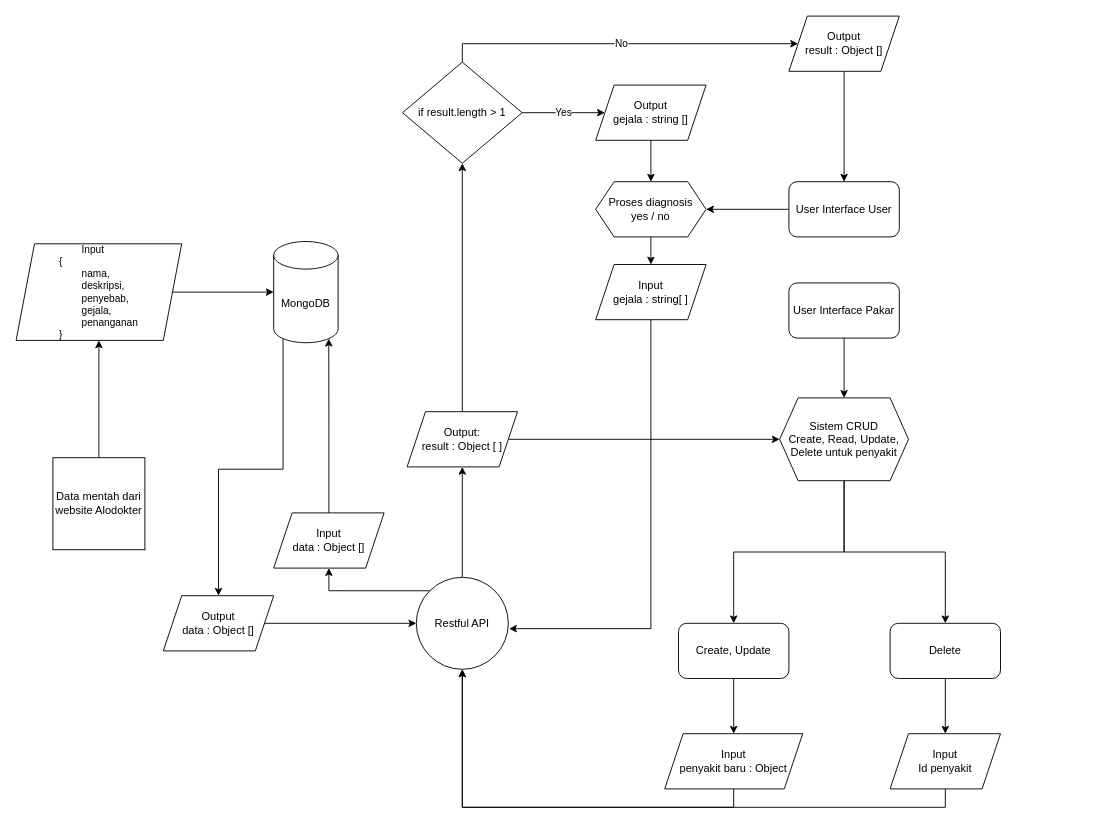
Earlier version of the draw.io diagram Untitled Diagram.drawio (zidaneNS/kcb-expert-system). Source tidied: cells renumbered, new cells numbered last; positions are measured from the earlier drawing's top-left corner, leaving out a move shared by most shapes. Both pictures are drawn from the tidied source at 92%, with x=0, y=0 at pixel (16, 16).
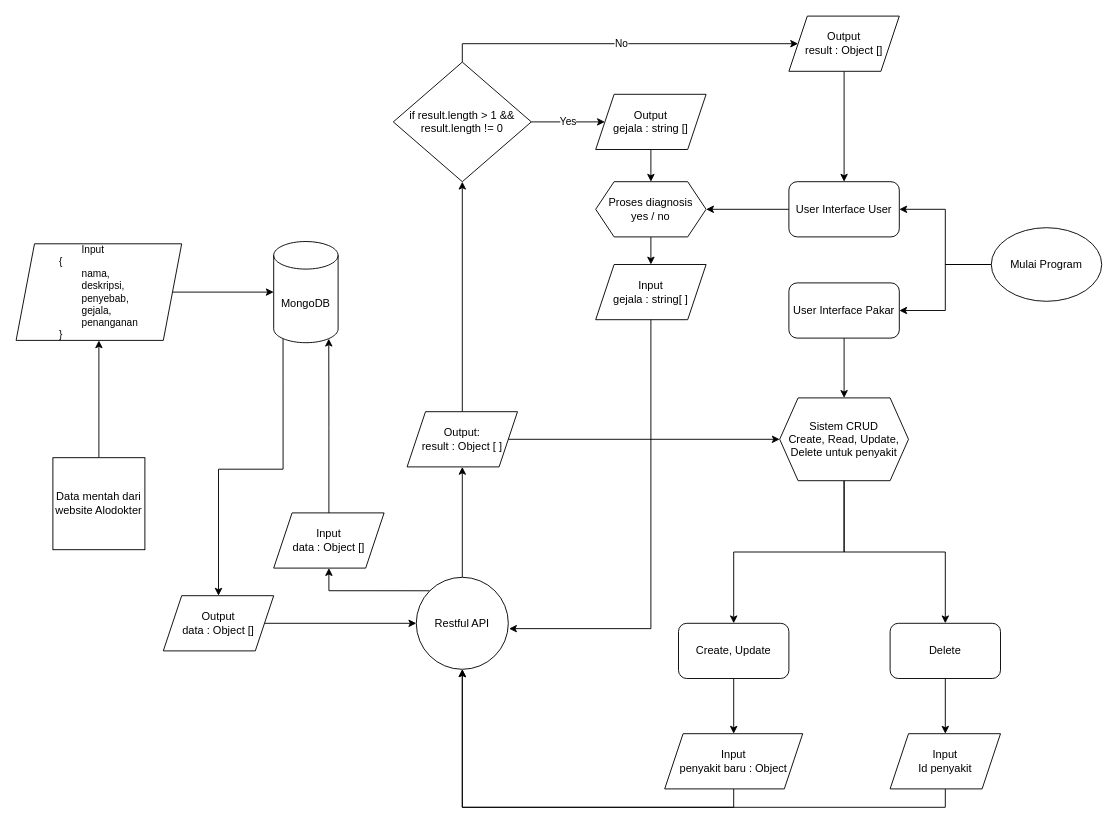
Above is the later version.

Unchanged cells that the change refers to:
```xml
<mxCell id="12" value="User Interface User" style="rounded=1;whiteSpace=wrap;html=1;labelBackgroundColor=none;" parent="1" vertex="1">
  <mxGeometry x="840" y="180" width="120" height="60" as="geometry" />
</mxCell>
<mxCell id="26" value="User Interface Pakar" style="rounded=1;whiteSpace=wrap;html=1;" parent="1" vertex="1">
  <mxGeometry x="840" y="290" width="120" height="60" as="geometry" />
</mxCell>
```

What changed in the source:
```diff
@@
-    <mxCell id="20" value="if result.length &amp;gt; 1" style="rhombus;whiteSpace=wrap;html=1;" parent="1" vertex="1">
-      <mxGeometry x="420" y="50" width="130" height="110" as="geometry" />
+    <mxCell id="20" value="if result.length &amp;gt; 1 &amp;amp;&amp;amp; result.length != 0" style="rhombus;whiteSpace=wrap;html=1;" parent="1" vertex="1">
+      <mxGeometry x="410" y="50" width="150" height="130" as="geometry" />
     </mxCell>
@@
     <mxCell id="39" value="Output&lt;div&gt;gejala : string []&lt;/div&gt;" style="shape=parallelogram;perimeter=parallelogramPerimeter;whiteSpace=wrap;html=1;fixedSize=1;" parent="1" vertex="1">
-      <mxGeometry x="630" y="75" width="120" height="60" as="geometry" />
+      <mxGeometry x="630" y="85" width="120" height="60" as="geometry" />
     </mxCell>
@@
+    <mxCell id="44" style="edgeStyle=orthogonalEdgeStyle;rounded=0;jettySize=auto;html=1;exitX=0;exitY=0.5;exitDx=0;exitDy=0;entryX=1;entryY=0.5;entryDx=0;entryDy=0;" parent="1" edge="1" source="46" target="12">
+      <mxGeometry relative="1" as="geometry" />
+    </mxCell>
+    <mxCell id="45" style="edgeStyle=orthogonalEdgeStyle;rounded=0;jettySize=auto;html=1;exitX=0;exitY=0.5;exitDx=0;exitDy=0;entryX=1;entryY=0.5;entryDx=0;entryDy=0;" parent="1" edge="1" source="46" target="26">
+      <mxGeometry relative="1" as="geometry" />
+    </mxCell>
+    <mxCell id="46" value="Mulai Program" style="ellipse;whiteSpace=wrap;html=1;" parent="1" vertex="1">
+      <mxGeometry x="1060" y="230" width="120" height="80" as="geometry" />
+    </mxCell>
```
